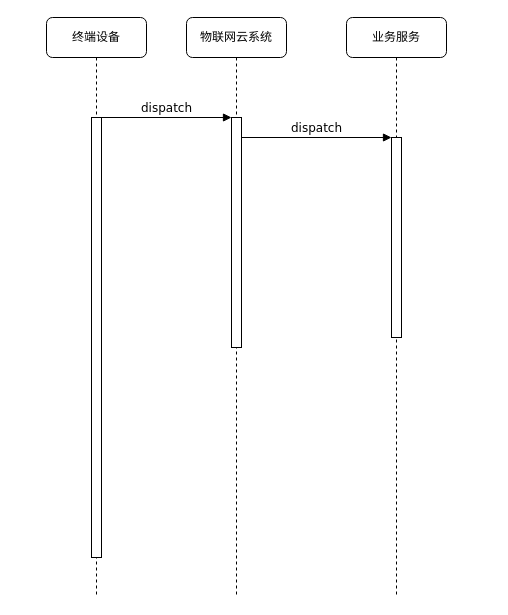
The draw.io diagram seewo/drawio/设备协议统一时序图.drawio in yzzh9/yzzh9, before the edit. Source tidied: cells renumbered, new cells numbered last; positions are measured from the earlier drawing's top-left corner, leaving out a move shared by most shapes. Both pictures are drawn from the tidied source at 100%, with x=0, y=0 at pixel (46, 17).
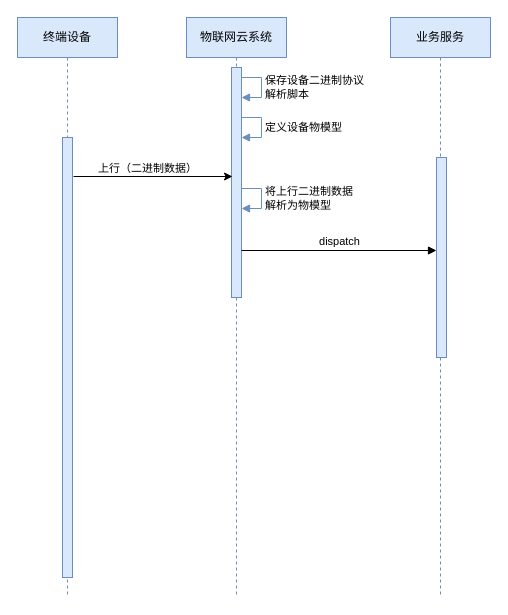
Above is the later version.

Commit message (it also covers changes not shown here):
更新设备协议统一时序图.drawio

Diff of the diagram source:
```diff
@@
-    <mxCell id="2" value="物联网云系统" style="shape=umlLifeline;perimeter=lifelinePerimeter;whiteSpace=wrap;html=1;rounded=1;shadow=0;comic=0;labelBackgroundColor=none;strokeWidth=1;fontFamily=Verdana;fontSize=12;align=center;" parent="1" vertex="1">
+    <mxCell id="2" value="物联网云系统" style="shape=umlLifeline;perimeter=lifelinePerimeter;whiteSpace=wrap;html=1;shadow=0;comic=0;labelBackgroundColor=none;strokeWidth=1;fontFamily=Verdana;fontSize=12;align=center;fillColor=#dae8fc;strokeColor=#6c8ebf;" parent="1" vertex="1">
       <mxGeometry x="140" width="100" height="580" as="geometry" />
     </mxCell>
-    <mxCell id="3" style="html=1;points=[];perimeter=orthogonalPerimeter;rounded=0;shadow=0;comic=0;labelBackgroundColor=none;strokeWidth=1;fontFamily=Verdana;fontSize=12;align=center;" parent="2" vertex="1">
-      <mxGeometry x="45" y="100" width="10" height="230" as="geometry" />
+    <mxCell id="3" style="html=1;points=[];perimeter=orthogonalPerimeter;shadow=0;comic=0;labelBackgroundColor=none;strokeWidth=1;fontFamily=Verdana;fontSize=12;align=center;fillColor=#dae8fc;strokeColor=#6c8ebf;" parent="2" vertex="1">
+      <mxGeometry x="45" y="50" width="10" height="230" as="geometry" />
     </mxCell>
+    <mxCell id="10" value="&lt;div&gt;&lt;span style=&quot;font-size: 11px&quot;&gt;保存设备二进制&lt;/span&gt;协议&lt;/div&gt;&lt;div&gt;解析脚本&lt;/div&gt;" style="edgeStyle=orthogonalEdgeStyle;html=1;align=left;spacingLeft=2;endArrow=block;rounded=0;entryX=1;entryY=0;fillColor=#dae8fc;strokeColor=#6c8ebf;" parent="2" edge="1">
+      <mxGeometry relative="1" as="geometry">
+        <mxPoint x="55" y="60" as="sourcePoint" />
+        <mxPoint x="55" y="80" as="targetPoint" />
+        <Array as="points">
+          <mxPoint x="75" y="60" />
+        </Array>
+      </mxGeometry>
+    </mxCell>
+    <mxCell id="11" value="dispatch" style="html=1;verticalAlign=bottom;endArrow=block;entryX=0;entryY=0.465;entryDx=0;entryDy=0;entryPerimeter=0;" parent="2" edge="1" target="5">
+      <mxGeometry relative="1" as="geometry">
+        <mxPoint x="55" y="233" as="sourcePoint" />
+      </mxGeometry>
+    </mxCell>
-    <mxCell id="4" value="业务服务" style="shape=umlLifeline;perimeter=lifelinePerimeter;whiteSpace=wrap;html=1;rounded=1;shadow=0;comic=0;labelBackgroundColor=none;strokeWidth=1;fontFamily=Verdana;fontSize=12;align=center;" parent="1" vertex="1">
-      <mxGeometry x="300" width="100" height="580" as="geometry" />
+    <mxCell id="4" value="业务服务" style="shape=umlLifeline;perimeter=lifelinePerimeter;whiteSpace=wrap;html=1;shadow=0;comic=0;labelBackgroundColor=none;strokeWidth=1;fontFamily=Verdana;fontSize=12;align=center;fillColor=#dae8fc;strokeColor=#6c8ebf;" parent="1" vertex="1">
+      <mxGeometry x="344" width="100" height="580" as="geometry" />
     </mxCell>
-    <mxCell id="5" style="html=1;points=[];perimeter=orthogonalPerimeter;rounded=0;shadow=0;comic=0;labelBackgroundColor=none;strokeWidth=1;fontFamily=Verdana;fontSize=12;align=center;" parent="4" vertex="1">
-      <mxGeometry x="45" y="120" width="10" height="200" as="geometry" />
+    <mxCell id="5" style="html=1;points=[];perimeter=orthogonalPerimeter;shadow=0;comic=0;labelBackgroundColor=none;strokeWidth=1;fontFamily=Verdana;fontSize=12;align=center;fillColor=#dae8fc;strokeColor=#6c8ebf;" parent="4" vertex="1">
+      <mxGeometry x="46" y="140" width="10" height="200" as="geometry" />
     </mxCell>
-    <mxCell id="6" value="终端设备" style="shape=umlLifeline;perimeter=lifelinePerimeter;whiteSpace=wrap;html=1;rounded=1;shadow=0;comic=0;labelBackgroundColor=none;strokeWidth=1;fontFamily=Verdana;fontSize=12;align=center;" parent="1" vertex="1">
-      <mxGeometry width="100" height="580" as="geometry" />
+    <mxCell id="6" value="终端设备" style="shape=umlLifeline;perimeter=lifelinePerimeter;whiteSpace=wrap;html=1;shadow=0;comic=0;labelBackgroundColor=none;strokeWidth=1;fontFamily=Verdana;fontSize=12;align=center;fillColor=#dae8fc;strokeColor=#6c8ebf;" parent="1" vertex="1">
+      <mxGeometry x="-29" width="100" height="580" as="geometry" />
     </mxCell>
-    <mxCell id="7" style="html=1;points=[];perimeter=orthogonalPerimeter;rounded=0;shadow=0;comic=0;labelBackgroundColor=none;strokeWidth=1;fontFamily=Verdana;fontSize=12;align=center;" parent="6" vertex="1">
-      <mxGeometry x="45" y="100" width="10" height="440" as="geometry" />
+    <mxCell id="7" style="html=1;points=[];perimeter=orthogonalPerimeter;shadow=0;comic=0;labelBackgroundColor=none;strokeWidth=1;fontFamily=Verdana;fontSize=12;align=center;fillColor=#dae8fc;strokeColor=#6c8ebf;" parent="6" vertex="1">
+      <mxGeometry x="45" y="120" width="10" height="440" as="geometry" />
     </mxCell>
-    <mxCell id="8" value="dispatch" style="html=1;verticalAlign=bottom;endArrow=block;entryX=0;entryY=0;labelBackgroundColor=none;fontFamily=Verdana;fontSize=12;edgeStyle=elbowEdgeStyle;elbow=vertical;" parent="1" edge="1" source="7" target="3">
-      <mxGeometry relative="1" as="geometry" />
-    </mxCell>
-    <mxCell id="9" value="dispatch" style="html=1;verticalAlign=bottom;endArrow=block;entryX=0;entryY=0;labelBackgroundColor=none;fontFamily=Verdana;fontSize=12;edgeStyle=elbowEdgeStyle;elbow=vertical;" parent="1" edge="1" source="3" target="5">
-      <mxGeometry relative="1" as="geometry" />
-    </mxCell>
+    <mxCell id="12" value="定义设备物模型" style="edgeStyle=orthogonalEdgeStyle;html=1;align=left;spacingLeft=2;endArrow=block;rounded=0;entryX=1;entryY=0;fillColor=#dae8fc;strokeColor=#6c8ebf;" parent="1" edge="1">
+      <mxGeometry relative="1" as="geometry">
+        <mxPoint x="195" y="100" as="sourcePoint" />
+        <mxPoint x="195" y="120" as="targetPoint" />
+        <Array as="points">
+          <mxPoint x="215" y="100" />
+        </Array>
+      </mxGeometry>
+    </mxCell>
+    <mxCell id="13" style="edgeStyle=orthogonalEdgeStyle;rounded=0;orthogonalLoop=1;jettySize=auto;html=1;" parent="1" edge="1">
+      <mxGeometry relative="1" as="geometry">
+        <mxPoint x="27" y="159" as="sourcePoint" />
+        <mxPoint x="186" y="159" as="targetPoint" />
+      </mxGeometry>
+    </mxCell>
+    <mxCell id="14" value="上行（二进制数据）" style="edgeLabel;html=1;align=center;verticalAlign=middle;" parent="13" vertex="1">
+      <mxGeometry x="-0.6" relative="1" as="geometry">
+        <mxPoint x="41" y="-9" as="offset" />
+      </mxGeometry>
+    </mxCell>
+    <mxCell id="15" value="将上行二进制数据&lt;br&gt;解析为物模型" style="edgeStyle=orthogonalEdgeStyle;html=1;align=left;spacingLeft=2;endArrow=block;rounded=0;entryX=1;entryY=0;fillColor=#dae8fc;strokeColor=#6c8ebf;" parent="1" edge="1">
+      <mxGeometry relative="1" as="geometry">
+        <mxPoint x="195" y="171" as="sourcePoint" />
+        <mxPoint x="195" y="191" as="targetPoint" />
+        <Array as="points">
+          <mxPoint x="215" y="171" />
+        </Array>
+      </mxGeometry>
+    </mxCell>
```
